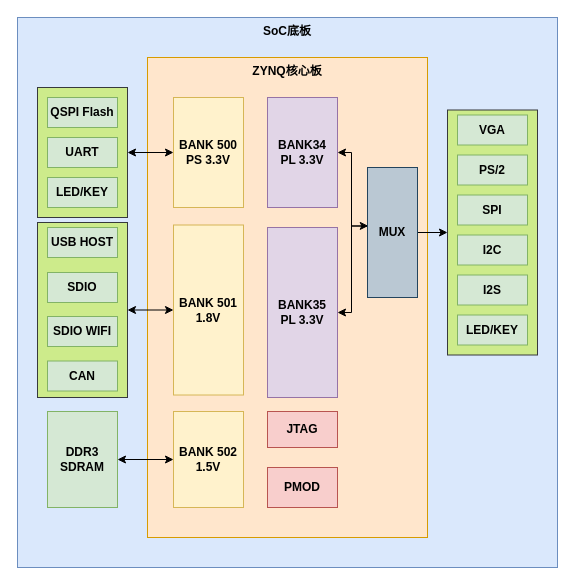
Above: images/board/board-res.drawio in oscc-web/ysyx-website-resources (draw.io), before the change. Source tidied: cells renumbered, new cells numbered last; positions are measured from the earlier drawing's top-left corner, leaving out a move shared by most shapes. Both pictures are drawn from the tidied source at 100%, with x=0, y=0 at pixel (17, 17).
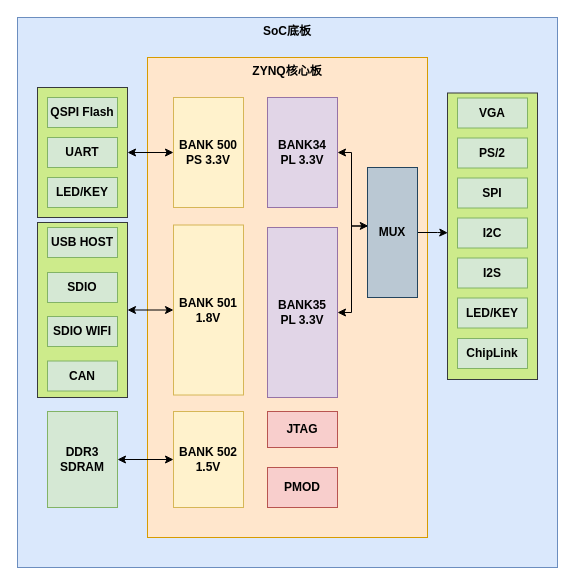
The same page after the edit.

Unchanged cells that the change refers to:
```xml
<mxCell id="34" value="&lt;b&gt;MUX&lt;br&gt;&lt;/b&gt;" style="rounded=0;whiteSpace=wrap;html=1;verticalAlign=middle;fillColor=#bac8d3;strokeColor=#23445d;" parent="1" vertex="1">
  <mxGeometry x="350" y="150" width="50" height="130" as="geometry" />
</mxCell>
```

Change to the diagram source:
```diff
@@
     <mxCell id="24" value="&lt;b&gt;&lt;br&gt;&lt;/b&gt;" style="rounded=0;whiteSpace=wrap;html=1;verticalAlign=middle;fillColor=#cdeb8b;strokeColor=#36393d;" parent="1" vertex="1">
-      <mxGeometry x="430" y="92.5" width="90" height="245" as="geometry" />
+      <mxGeometry x="430" y="75.5" width="90" height="286.5" as="geometry" />
     </mxCell>
     <mxCell id="25" value="&lt;b&gt;VGA&lt;br&gt;&lt;/b&gt;" style="rounded=0;whiteSpace=wrap;html=1;verticalAlign=middle;fillColor=#d5e8d4;strokeColor=#82b366;" parent="1" vertex="1">
-      <mxGeometry x="440" y="97.5" width="70" height="30" as="geometry" />
+      <mxGeometry x="440" y="80.5" width="70" height="30" as="geometry" />
     </mxCell>
     <mxCell id="26" value="&lt;b&gt;PS/2&lt;br&gt;&lt;/b&gt;" style="rounded=0;whiteSpace=wrap;html=1;verticalAlign=middle;fillColor=#d5e8d4;strokeColor=#82b366;" parent="1" vertex="1">
-      <mxGeometry x="440" y="137.5" width="70" height="30" as="geometry" />
+      <mxGeometry x="440" y="120.5" width="70" height="30" as="geometry" />
     </mxCell>
     <mxCell id="27" value="&lt;b&gt;SPI&lt;br&gt;&lt;/b&gt;" style="rounded=0;whiteSpace=wrap;html=1;verticalAlign=middle;fillColor=#d5e8d4;strokeColor=#82b366;" parent="1" vertex="1">
-      <mxGeometry x="440" y="177.5" width="70" height="30" as="geometry" />
+      <mxGeometry x="440" y="160.5" width="70" height="30" as="geometry" />
     </mxCell>
     <mxCell id="28" value="&lt;b&gt;I2C&lt;br&gt;&lt;/b&gt;" style="rounded=0;whiteSpace=wrap;html=1;verticalAlign=middle;fillColor=#d5e8d4;strokeColor=#82b366;" parent="1" vertex="1">
-      <mxGeometry x="440" y="217.5" width="70" height="30" as="geometry" />
+      <mxGeometry x="440" y="200.5" width="70" height="30" as="geometry" />
     </mxCell>
     <mxCell id="29" value="&lt;b&gt;I2S&lt;br&gt;&lt;/b&gt;" style="rounded=0;whiteSpace=wrap;html=1;verticalAlign=middle;fillColor=#d5e8d4;strokeColor=#82b366;" parent="1" vertex="1">
-      <mxGeometry x="440" y="257.5" width="70" height="30" as="geometry" />
+      <mxGeometry x="440" y="240.5" width="70" height="30" as="geometry" />
     </mxCell>
     <mxCell id="30" value="&lt;b&gt;LED/KEY&lt;br&gt;&lt;/b&gt;" style="rounded=0;whiteSpace=wrap;html=1;verticalAlign=middle;fillColor=#d5e8d4;strokeColor=#82b366;" parent="1" vertex="1">
-      <mxGeometry x="440" y="297.5" width="70" height="30" as="geometry" />
+      <mxGeometry x="440" y="280.5" width="70" height="30" as="geometry" />
     </mxCell>
@@
-    <mxCell id="33" style="edgeStyle=orthogonalEdgeStyle;rounded=0;jettySize=auto;html=1;exitX=1;exitY=0.5;exitDx=0;exitDy=0;entryX=0;entryY=0.5;entryDx=0;entryDy=0;" parent="1" edge="1" source="34" target="24">
+    <mxCell id="33" style="edgeStyle=orthogonalEdgeStyle;rounded=0;jettySize=auto;html=1;entryX=0.003;entryY=0.488;entryDx=0;entryDy=0;entryPerimeter=0;" parent="1" edge="1" source="34" target="24">
       <mxGeometry relative="1" as="geometry" />
     </mxCell>
@@
+    <mxCell id="36" value="&lt;b&gt;ChipLink&lt;br&gt;&lt;/b&gt;" style="rounded=0;whiteSpace=wrap;html=1;verticalAlign=middle;fillColor=#d5e8d4;strokeColor=#82b366;" parent="1" vertex="1">
+      <mxGeometry x="440" y="321" width="70" height="30" as="geometry" />
+    </mxCell>
```
